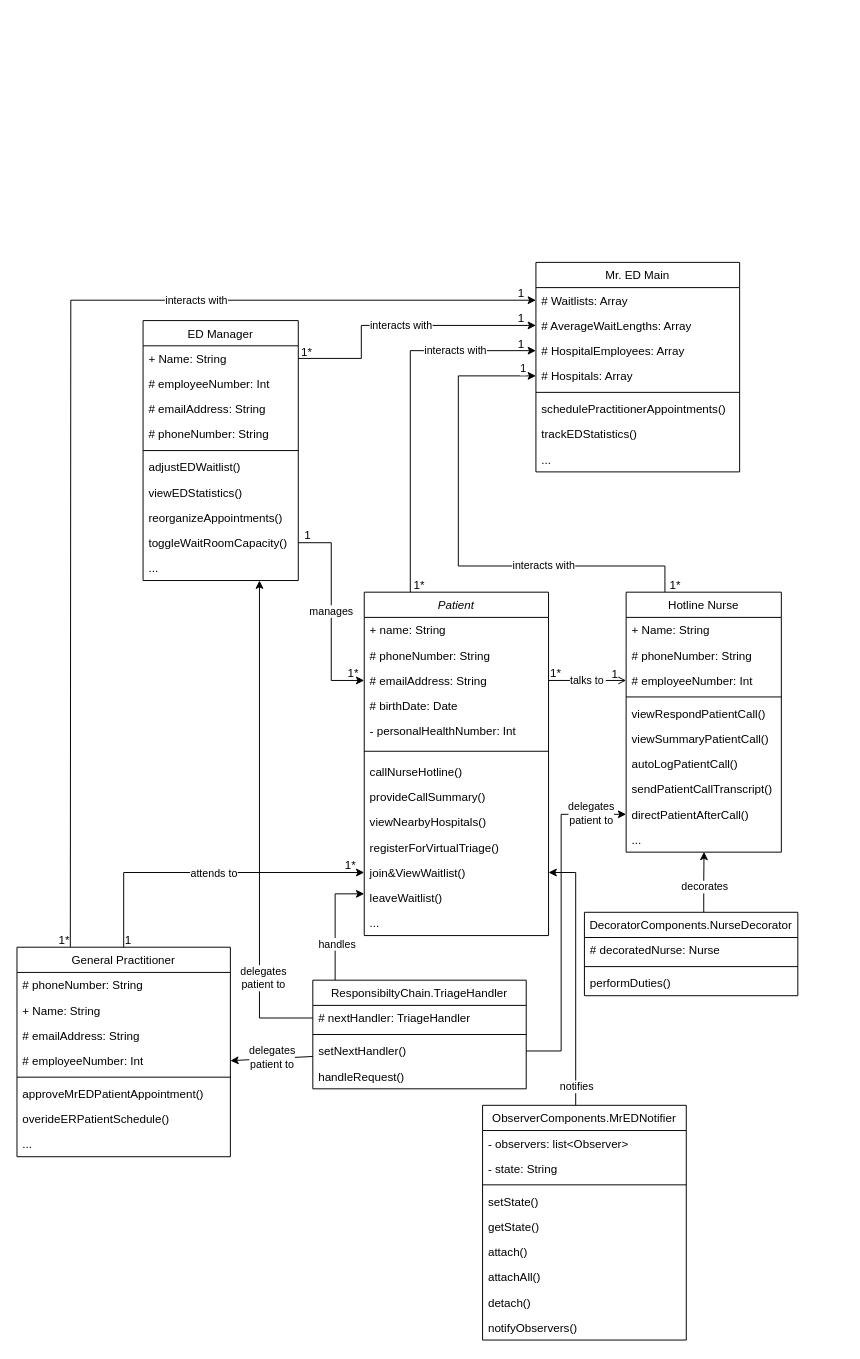
This is AmirWork/M2/Mister_ED_ClassDiagram.drawio from SENG-350-2024-fall/Team9, a draw.io file, before an edit. Source tidied: cells renumbered, new cells numbered last; positions are measured from the earlier drawing's top-left corner, leaving out a move shared by most shapes. Both pictures are drawn from the tidied source at 97%, with x=0, y=0 at pixel (16, 252).
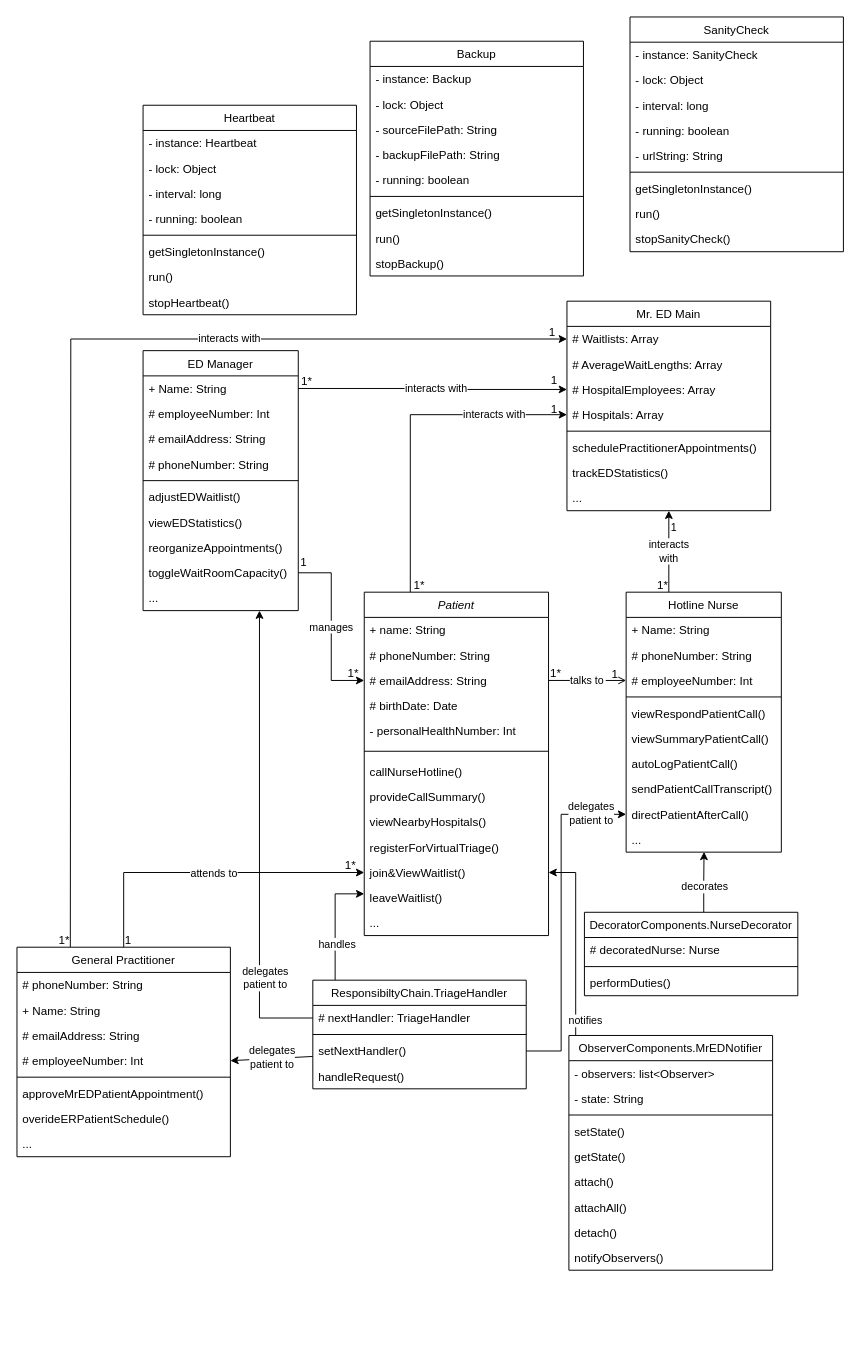
After the change.

The change refers to these unchanged cells:
```xml
<mxCell id="6" value="Patient" style="swimlane;fontStyle=2;align=center;verticalAlign=top;horizontal=1;startSize=26;rounded=0;shadow=0;strokeWidth=1;" parent="1" vertex="1">
  <mxGeometry x="358" y="350" width="190" height="354" as="geometry" />
</mxCell>
<mxCell id="21" value="+ Name: String" style="text;align=left;verticalAlign=top;spacingLeft=4;spacingRight=4;overflow=hidden;points=[[0,0.5],[1,0.5]];portConstraint=eastwest;" parent="20" vertex="1">
  <mxGeometry y="26" width="160" height="26" as="geometry" />
</mxCell>
<mxCell id="33" value="Hotline Nurse" style="swimlane;fontStyle=0;align=center;verticalAlign=top;horizontal=1;startSize=26;rounded=0;shadow=0;strokeWidth=1;" parent="1" vertex="1">
  <mxGeometry x="628" y="350" width="160" height="268" as="geometry" />
</mxCell>
<mxCell id="95" style="edgeStyle=orthogonalEdgeStyle;rounded=0;jettySize=auto;html=1;entryX=1;entryY=0.5;entryDx=0;entryDy=0;" parent="1" edge="1" source="97" target="17">
  <mxGeometry relative="1" as="geometry">
    <Array as="points">
      <mxPoint x="576" y="639" />
    </Array>
  </mxGeometry>
</mxCell>
```

Diff of the diagram source:
```diff
@@
-    <mxCell id="5" value="interacts with" style="edgeStyle=orthogonalEdgeStyle;rounded=0;jettySize=auto;html=1;exitX=0.25;exitY=0;exitDx=0;exitDy=0;entryX=0;entryY=0.5;entryDx=0;entryDy=0;" parent="1" edge="1" source="6" target="48">
+    <mxCell id="5" value="interacts with" style="edgeStyle=orthogonalEdgeStyle;rounded=0;jettySize=auto;html=1;exitX=0.25;exitY=0;exitDx=0;exitDy=0;entryX=0;entryY=0.5;entryDx=0;entryDy=0;" parent="1" edge="1" source="6" target="49">
       <mxGeometry x="0.56" relative="1" as="geometry" />
     </mxCell>
@@
     <mxCell id="20" value="ED Manager" style="swimlane;fontStyle=0;align=center;verticalAlign=top;horizontal=1;startSize=26;rounded=0;shadow=0;strokeWidth=1;" parent="1" vertex="1">
-      <mxGeometry x="130" y="70" width="160" height="268" as="geometry" />
+      <mxGeometry x="130" y="101" width="160" height="268" as="geometry" />
     </mxCell>
@@
-    <mxCell id="31" value="interacts with" style="edgeStyle=orthogonalEdgeStyle;rounded=0;jettySize=auto;html=1;exitX=0.25;exitY=0;exitDx=0;exitDy=0;entryX=0;entryY=0.5;entryDx=0;entryDy=0;" parent="1" edge="1" source="33" target="49">
-      <mxGeometry x="-0.41" relative="1" as="geometry">
-        <Array as="points">
-          <mxPoint x="668" y="323" />
-          <mxPoint x="455" y="323" />
-          <mxPoint x="455" y="127" />
-        </Array>
-      </mxGeometry>
-    </mxCell>
+    <mxCell id="113" style="edgeStyle=orthogonalEdgeStyle;rounded=0;jettySize=auto;html=1;entryX=0.5;entryY=1;entryDx=0;entryDy=0;" parent="1" edge="1" source="33" target="45">
+      <mxGeometry relative="1" as="geometry">
+        <Array as="points">
+          <mxPoint x="672" y="311" />
+          <mxPoint x="672" y="311" />
+        </Array>
+      </mxGeometry>
+    </mxCell>
-    <mxCell id="32" value="1" style="edgeLabel;html=1;align=center;verticalAlign=middle;" parent="31" vertex="1">
-      <mxGeometry x="0.93" y="2" relative="1" as="geometry">
-        <mxPoint x="4" y="-6" as="offset" />
+    <mxCell id="32" value="1" style="edgeLabel;html=1;align=center;verticalAlign=middle;" parent="113" vertex="1">
+      <mxGeometry x="0.8" relative="1" as="geometry">
+        <mxPoint x="4" y="8" as="offset" />
       </mxGeometry>
     </mxCell>
+    <mxCell id="114" value="interacts&lt;div&gt;with&lt;/div&gt;" style="edgeLabel;html=1;align=center;verticalAlign=middle;" parent="113" vertex="1">
+      <mxGeometry x="0.13" y="1" relative="1" as="geometry">
+        <mxPoint y="4" as="offset" />
+      </mxGeometry>
+    </mxCell>
@@
-    <mxCell id="45" value="Mr. ED Main" style="swimlane;fontStyle=0;align=center;verticalAlign=top;horizontal=1;startSize=26;rounded=0;shadow=0;strokeWidth=1;" parent="1" vertex="1">
-      <mxGeometry x="535" y="10" width="210" height="216" as="geometry" />
-    </mxCell>
-    <mxCell id="46" value="# Waitlists: Array " style="text;align=left;verticalAlign=top;spacingLeft=4;spacingRight=4;overflow=hidden;points=[[0,0.5],[1,0.5]];portConstraint=eastwest;rounded=0;shadow=0;html=0;" parent="45" vertex="1">
-      <mxGeometry y="26" width="210" height="26" as="geometry" />
-    </mxCell>
-    <mxCell id="47" value="# AverageWaitLengths: Array " style="text;align=left;verticalAlign=top;spacingLeft=4;spacingRight=4;overflow=hidden;rounded=0;shadow=0;html=0;" parent="45" vertex="1">
-      <mxGeometry y="52" width="210" height="26" as="geometry" />
-    </mxCell>
-    <mxCell id="48" value="# HospitalEmployees: Array " style="text;align=left;verticalAlign=top;spacingLeft=4;spacingRight=4;overflow=hidden;points=[[0,0.5],[1,0.5]];portConstraint=eastwest;rounded=0;shadow=0;html=0;" parent="45" vertex="1">
-      <mxGeometry y="78" width="210" height="26" as="geometry" />
-    </mxCell>
-    <mxCell id="49" value="# Hospitals: Array " style="text;align=left;verticalAlign=top;spacingLeft=4;spacingRight=4;overflow=hidden;points=[[0,0.5],[1,0.5]];portConstraint=eastwest;rounded=0;shadow=0;html=0;" parent="45" vertex="1">
-      <mxGeometry y="104" width="210" height="26" as="geometry" />
-    </mxCell>
-    <mxCell id="50" style="line;html=1;strokeWidth=1;align=left;verticalAlign=middle;spacingTop=-1;spacingLeft=3;spacingRight=3;labelPosition=right;" parent="45" vertex="1">
-      <mxGeometry y="130" width="210" height="8" as="geometry" />
-    </mxCell>
-    <mxCell id="51" value="schedulePractitionerAppointments()" style="text;align=left;verticalAlign=top;spacingLeft=4;spacingRight=4;overflow=hidden;" parent="45" vertex="1">
-      <mxGeometry y="138" width="210" height="26" as="geometry" />
-    </mxCell>
-    <mxCell id="52" value="trackEDStatistics()&#10;" style="text;align=left;verticalAlign=top;spacingLeft=4;spacingRight=4;overflow=hidden;" parent="45" vertex="1">
-      <mxGeometry y="164" width="210" height="26" as="geometry" />
-    </mxCell>
-    <mxCell id="53" value="..." style="text;align=left;verticalAlign=top;spacingLeft=4;spacingRight=4;overflow=hidden;" parent="45" vertex="1">
-      <mxGeometry y="190" width="210" height="26" as="geometry" />
-    </mxCell>
-    <mxCell id="54" value="1" style="text;strokeColor=none;align=center;fillColor=none;html=1;verticalAlign=middle;whiteSpace=wrap;rounded=0;" parent="1" vertex="1">
-      <mxGeometry x="490" y="27" width="60" height="30" as="geometry" />
-    </mxCell>
@@
-    <mxCell id="56" value="1" style="text;strokeColor=none;align=center;fillColor=none;html=1;verticalAlign=middle;whiteSpace=wrap;rounded=0;" parent="1" vertex="1">
-      <mxGeometry x="490" y="80" width="60" height="30" as="geometry" />
-    </mxCell>
@@
     <mxCell id="58" value="1*" style="text;strokeColor=none;align=center;fillColor=none;html=1;verticalAlign=middle;whiteSpace=wrap;rounded=0;" parent="1" vertex="1">
-      <mxGeometry x="649" y="328" width="60" height="30" as="geometry" />
+      <mxGeometry x="636" y="328" width="60" height="30" as="geometry" />
     </mxCell>
-    <mxCell id="59" value="interacts with" style="edgeStyle=orthogonalEdgeStyle;rounded=0;jettySize=auto;html=1;exitX=1;exitY=0.5;exitDx=0;exitDy=0;entryX=0;entryY=0.5;entryDx=0;entryDy=0;" parent="1" edge="1" source="21">
-      <mxGeometry relative="1" as="geometry">
-        <mxPoint x="535" y="75" as="targetPoint" />
-        <Array as="points">
-          <mxPoint x="355" y="109" />
-          <mxPoint x="355" y="75" />
-        </Array>
-      </mxGeometry>
-    </mxCell>
@@
-    <mxCell id="61" value="1" style="text;strokeColor=none;align=center;fillColor=none;html=1;verticalAlign=middle;whiteSpace=wrap;rounded=0;" parent="1" vertex="1">
-      <mxGeometry x="490" y="53" width="60" height="30" as="geometry" />
-    </mxCell>
     <mxCell id="62" value="1*" style="text;strokeColor=none;align=center;fillColor=none;html=1;verticalAlign=middle;whiteSpace=wrap;rounded=0;" parent="1" vertex="1">
-      <mxGeometry x="269" y="88" width="60" height="30" as="geometry" />
+      <mxGeometry x="269" y="118" width="60" height="30" as="geometry" />
     </mxCell>
@@
     <mxCell id="64" value="1" style="text;strokeColor=none;align=center;fillColor=none;html=1;verticalAlign=middle;whiteSpace=wrap;rounded=0;" parent="1" vertex="1">
-      <mxGeometry x="270" y="277" width="60" height="30" as="geometry" />
+      <mxGeometry x="266" y="305" width="60" height="30" as="geometry" />
     </mxCell>
@@
-    <mxCell id="66" style="rounded=0;whiteSpace=wrap;html=1;strokeColor=none;" parent="1" vertex="1">
-      <mxGeometry x="653" width="152" height="8" as="geometry" />
-    </mxCell>
@@
     <mxCell id="96" value="notifies" style="edgeLabel;html=1;align=center;verticalAlign=middle;" parent="95" vertex="1">
       <mxGeometry x="0.06" relative="1" as="geometry">
-        <mxPoint y="122" as="offset" />
+        <mxPoint x="9" y="88" as="offset" />
       </mxGeometry>
     </mxCell>
     <mxCell id="97" value="ObserverComponents.MrEDNotifier" style="swimlane;fontStyle=0;align=center;verticalAlign=top;horizontal=1;startSize=26;rounded=0;shadow=0;strokeWidth=1;" parent="1" vertex="1">
-      <mxGeometry x="480" y="879" width="210" height="242" as="geometry" />
+      <mxGeometry x="569" y="807" width="210" height="242" as="geometry" />
     </mxCell>
@@
+    <mxCell id="115" style="group;" parent="1" vertex="1">
+      <mxGeometry x="522" y="50" width="255" height="216" as="geometry" />
+    </mxCell>
+    <mxCell id="45" value="Mr. ED Main" style="swimlane;fontStyle=0;align=center;verticalAlign=top;horizontal=1;startSize=26;rounded=0;shadow=0;strokeWidth=1;" parent="115" vertex="1">
+      <mxGeometry x="45" width="210" height="216" as="geometry" />
+    </mxCell>
+    <mxCell id="46" value="# Waitlists: Array " style="text;align=left;verticalAlign=top;spacingLeft=4;spacingRight=4;overflow=hidden;points=[[0,0.5],[1,0.5]];portConstraint=eastwest;rounded=0;shadow=0;html=0;" parent="45" vertex="1">
+      <mxGeometry y="26" width="210" height="26" as="geometry" />
+    </mxCell>
+    <mxCell id="47" value="# AverageWaitLengths: Array " style="text;align=left;verticalAlign=top;spacingLeft=4;spacingRight=4;overflow=hidden;rounded=0;shadow=0;html=0;" parent="45" vertex="1">
+      <mxGeometry y="52" width="210" height="26" as="geometry" />
+    </mxCell>
+    <mxCell id="48" value="# HospitalEmployees: Array " style="text;align=left;verticalAlign=top;spacingLeft=4;spacingRight=4;overflow=hidden;points=[[0,0.5],[1,0.5]];portConstraint=eastwest;rounded=0;shadow=0;html=0;" parent="45" vertex="1">
+      <mxGeometry y="78" width="210" height="26" as="geometry" />
+    </mxCell>
+    <mxCell id="49" value="# Hospitals: Array " style="text;align=left;verticalAlign=top;spacingLeft=4;spacingRight=4;overflow=hidden;points=[[0,0.5],[1,0.5]];portConstraint=eastwest;rounded=0;shadow=0;html=0;" parent="45" vertex="1">
+      <mxGeometry y="104" width="210" height="26" as="geometry" />
+    </mxCell>
+    <mxCell id="50" style="line;html=1;strokeWidth=1;align=left;verticalAlign=middle;spacingTop=-1;spacingLeft=3;spacingRight=3;labelPosition=right;" parent="45" vertex="1">
+      <mxGeometry y="130" width="210" height="8" as="geometry" />
+    </mxCell>
+    <mxCell id="51" value="schedulePractitionerAppointments()" style="text;align=left;verticalAlign=top;spacingLeft=4;spacingRight=4;overflow=hidden;" parent="45" vertex="1">
+      <mxGeometry y="138" width="210" height="26" as="geometry" />
+    </mxCell>
+    <mxCell id="52" value="trackEDStatistics()&#10;" style="text;align=left;verticalAlign=top;spacingLeft=4;spacingRight=4;overflow=hidden;" parent="45" vertex="1">
+      <mxGeometry y="164" width="210" height="26" as="geometry" />
+    </mxCell>
+    <mxCell id="53" value="..." style="text;align=left;verticalAlign=top;spacingLeft=4;spacingRight=4;overflow=hidden;" parent="45" vertex="1">
+      <mxGeometry y="190" width="210" height="26" as="geometry" />
+    </mxCell>
+    <mxCell id="54" value="1" style="text;strokeColor=none;align=center;fillColor=none;html=1;verticalAlign=middle;whiteSpace=wrap;rounded=0;" parent="115" vertex="1">
+      <mxGeometry y="17" width="60" height="30" as="geometry" />
+    </mxCell>
+    <mxCell id="56" value="1" style="text;strokeColor=none;align=center;fillColor=none;html=1;verticalAlign=middle;whiteSpace=wrap;rounded=0;" parent="115" vertex="1">
+      <mxGeometry x="2" y="97" width="60" height="30" as="geometry" />
+    </mxCell>
+    <mxCell id="61" value="1" style="text;strokeColor=none;align=center;fillColor=none;html=1;verticalAlign=middle;whiteSpace=wrap;rounded=0;" parent="115" vertex="1">
+      <mxGeometry x="2" y="67" width="60" height="30" as="geometry" />
+    </mxCell>
+    <mxCell id="116" style="edgeStyle=orthogonalEdgeStyle;rounded=0;jettySize=auto;html=1;exitX=1;exitY=0.5;exitDx=0;exitDy=0;" parent="1" edge="1" source="21" target="48">
+      <mxGeometry relative="1" as="geometry" />
+    </mxCell>
+    <mxCell id="117" value="interacts with" style="edgeLabel;html=1;align=center;verticalAlign=middle;" parent="116" vertex="1">
+      <mxGeometry x="0.02" y="2" relative="1" as="geometry" />
+    </mxCell>
+    <mxCell id="118" value="Heartbeat" style="swimlane;fontStyle=0;align=center;verticalAlign=top;horizontal=1;startSize=26;rounded=0;shadow=0;strokeWidth=1;" parent="1" vertex="1">
+      <mxGeometry x="130" y="-152" width="220" height="216" as="geometry" />
+    </mxCell>
+    <mxCell id="119" value="- instance: Heartbeat " style="text;align=left;verticalAlign=top;spacingLeft=4;spacingRight=4;overflow=hidden;rounded=0;shadow=0;html=0;" parent="118" vertex="1">
+      <mxGeometry y="26" width="220" height="26" as="geometry" />
+    </mxCell>
+    <mxCell id="120" value="- lock: Object" style="text;align=left;verticalAlign=top;spacingLeft=4;spacingRight=4;overflow=hidden;rounded=0;shadow=0;html=0;" parent="118" vertex="1">
+      <mxGeometry y="52" width="220" height="26" as="geometry" />
+    </mxCell>
+    <mxCell id="121" value="- interval: long" style="text;align=left;verticalAlign=top;spacingLeft=4;spacingRight=4;overflow=hidden;rounded=0;shadow=0;html=0;" parent="118" vertex="1">
+      <mxGeometry y="78" width="220" height="26" as="geometry" />
+    </mxCell>
+    <mxCell id="122" value="- running: boolean" style="text;align=left;verticalAlign=top;spacingLeft=4;spacingRight=4;overflow=hidden;rounded=0;shadow=0;html=0;" parent="118" vertex="1">
+      <mxGeometry y="104" width="220" height="26" as="geometry" />
+    </mxCell>
+    <mxCell id="123" style="line;html=1;strokeWidth=1;align=left;verticalAlign=middle;spacingTop=-1;spacingLeft=3;spacingRight=3;labelPosition=right;" parent="118" vertex="1">
+      <mxGeometry y="130" width="220" height="8" as="geometry" />
+    </mxCell>
+    <mxCell id="124" value="getSingletonInstance()" style="text;align=left;verticalAlign=top;spacingLeft=4;spacingRight=4;overflow=hidden;" parent="118" vertex="1">
+      <mxGeometry y="138" width="220" height="26" as="geometry" />
+    </mxCell>
+    <mxCell id="125" value="run()" style="text;align=left;verticalAlign=top;spacingLeft=4;spacingRight=4;overflow=hidden;" parent="118" vertex="1">
+      <mxGeometry y="164" width="220" height="26" as="geometry" />
+    </mxCell>
+    <mxCell id="126" value="stopHeartbeat()" style="text;align=left;verticalAlign=top;spacingLeft=4;spacingRight=4;overflow=hidden;" parent="118" vertex="1">
+      <mxGeometry y="190" width="220" height="26" as="geometry" />
+    </mxCell>
+    <mxCell id="127" value="Backup" style="swimlane;fontStyle=0;align=center;verticalAlign=top;horizontal=1;startSize=26;rounded=0;shadow=0;strokeWidth=1;" parent="1" vertex="1">
+      <mxGeometry x="364" y="-218" width="220" height="242" as="geometry" />
+    </mxCell>
+    <mxCell id="128" value="- instance: Backup " style="text;align=left;verticalAlign=top;spacingLeft=4;spacingRight=4;overflow=hidden;rounded=0;shadow=0;html=0;" parent="127" vertex="1">
+      <mxGeometry y="26" width="220" height="26" as="geometry" />
+    </mxCell>
+    <mxCell id="129" value="- lock: Object" style="text;align=left;verticalAlign=top;spacingLeft=4;spacingRight=4;overflow=hidden;rounded=0;shadow=0;html=0;" parent="127" vertex="1">
+      <mxGeometry y="52" width="220" height="26" as="geometry" />
+    </mxCell>
+    <mxCell id="130" value="- sourceFilePath: String" style="text;align=left;verticalAlign=top;spacingLeft=4;spacingRight=4;overflow=hidden;rounded=0;shadow=0;html=0;" parent="127" vertex="1">
+      <mxGeometry y="78" width="220" height="26" as="geometry" />
+    </mxCell>
+    <mxCell id="131" value="- backupFilePath: String" style="text;align=left;verticalAlign=top;spacingLeft=4;spacingRight=4;overflow=hidden;rounded=0;shadow=0;html=0;" parent="127" vertex="1">
+      <mxGeometry y="104" width="220" height="26" as="geometry" />
+    </mxCell>
+    <mxCell id="132" value="- running: boolean" style="text;align=left;verticalAlign=top;spacingLeft=4;spacingRight=4;overflow=hidden;rounded=0;shadow=0;html=0;" parent="127" vertex="1">
+      <mxGeometry y="130" width="220" height="26" as="geometry" />
+    </mxCell>
+    <mxCell id="133" style="line;html=1;strokeWidth=1;align=left;verticalAlign=middle;spacingTop=-1;spacingLeft=3;spacingRight=3;labelPosition=right;" parent="127" vertex="1">
+      <mxGeometry y="156" width="220" height="8" as="geometry" />
+    </mxCell>
+    <mxCell id="134" value="getSingletonInstance()" style="text;align=left;verticalAlign=top;spacingLeft=4;spacingRight=4;overflow=hidden;" parent="127" vertex="1">
+      <mxGeometry y="164" width="220" height="26" as="geometry" />
+    </mxCell>
+    <mxCell id="135" value="run()" style="text;align=left;verticalAlign=top;spacingLeft=4;spacingRight=4;overflow=hidden;" parent="127" vertex="1">
+      <mxGeometry y="190" width="220" height="26" as="geometry" />
+    </mxCell>
+    <mxCell id="136" value="stopBackup()" style="text;align=left;verticalAlign=top;spacingLeft=4;spacingRight=4;overflow=hidden;" parent="127" vertex="1">
+      <mxGeometry y="216" width="220" height="26" as="geometry" />
+    </mxCell>
+    <mxCell id="137" value="SanityCheck" style="swimlane;fontStyle=0;align=center;verticalAlign=top;horizontal=1;startSize=26;rounded=0;shadow=0;strokeWidth=1;" parent="1" vertex="1">
+      <mxGeometry x="632" y="-243" width="220" height="242" as="geometry" />
+    </mxCell>
+    <mxCell id="138" value="- instance: SanityCheck" style="text;align=left;verticalAlign=top;spacingLeft=4;spacingRight=4;overflow=hidden;rounded=0;shadow=0;html=0;" parent="137" vertex="1">
+      <mxGeometry y="26" width="220" height="26" as="geometry" />
+    </mxCell>
+    <mxCell id="139" value="- lock: Object" style="text;align=left;verticalAlign=top;spacingLeft=4;spacingRight=4;overflow=hidden;rounded=0;shadow=0;html=0;" parent="137" vertex="1">
+      <mxGeometry y="52" width="220" height="26" as="geometry" />
+    </mxCell>
+    <mxCell id="140" value="- interval: long" style="text;align=left;verticalAlign=top;spacingLeft=4;spacingRight=4;overflow=hidden;rounded=0;shadow=0;html=0;" parent="137" vertex="1">
+      <mxGeometry y="78" width="220" height="26" as="geometry" />
+    </mxCell>
+    <mxCell id="141" value="- running: boolean" style="text;align=left;verticalAlign=top;spacingLeft=4;spacingRight=4;overflow=hidden;rounded=0;shadow=0;html=0;" parent="137" vertex="1">
+      <mxGeometry y="104" width="220" height="26" as="geometry" />
+    </mxCell>
+    <mxCell id="142" value="- urlString: String" style="text;align=left;verticalAlign=top;spacingLeft=4;spacingRight=4;overflow=hidden;rounded=0;shadow=0;html=0;" parent="137" vertex="1">
+      <mxGeometry y="130" width="220" height="26" as="geometry" />
+    </mxCell>
+    <mxCell id="143" style="line;html=1;strokeWidth=1;align=left;verticalAlign=middle;spacingTop=-1;spacingLeft=3;spacingRight=3;labelPosition=right;" parent="137" vertex="1">
+      <mxGeometry y="156" width="220" height="8" as="geometry" />
+    </mxCell>
+    <mxCell id="144" value="getSingletonInstance()" style="text;align=left;verticalAlign=top;spacingLeft=4;spacingRight=4;overflow=hidden;" parent="137" vertex="1">
+      <mxGeometry y="164" width="220" height="26" as="geometry" />
+    </mxCell>
+    <mxCell id="145" value="run()" style="text;align=left;verticalAlign=top;spacingLeft=4;spacingRight=4;overflow=hidden;" parent="137" vertex="1">
+      <mxGeometry y="190" width="220" height="26" as="geometry" />
+    </mxCell>
+    <mxCell id="146" value="stopSanityCheck()" style="text;align=left;verticalAlign=top;spacingLeft=4;spacingRight=4;overflow=hidden;" parent="137" vertex="1">
+      <mxGeometry y="216" width="220" height="26" as="geometry" />
+    </mxCell>
```
